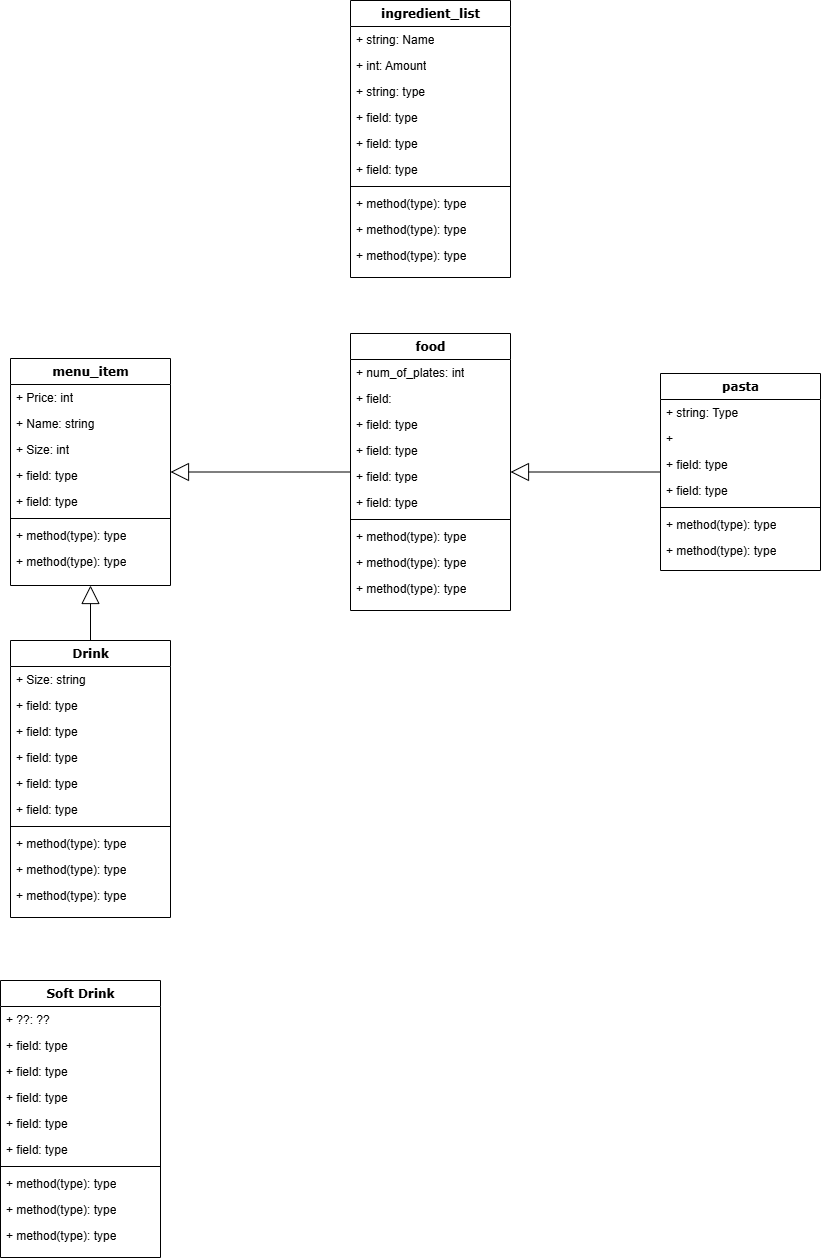
This is UML.png from SohamA12345/Project, a draw.io export, as it was before one commit. Source tidied: cells renumbered, new cells last; positions are measured from the earlier drawing's top-left corner, leaving out a move shared by most shapes.
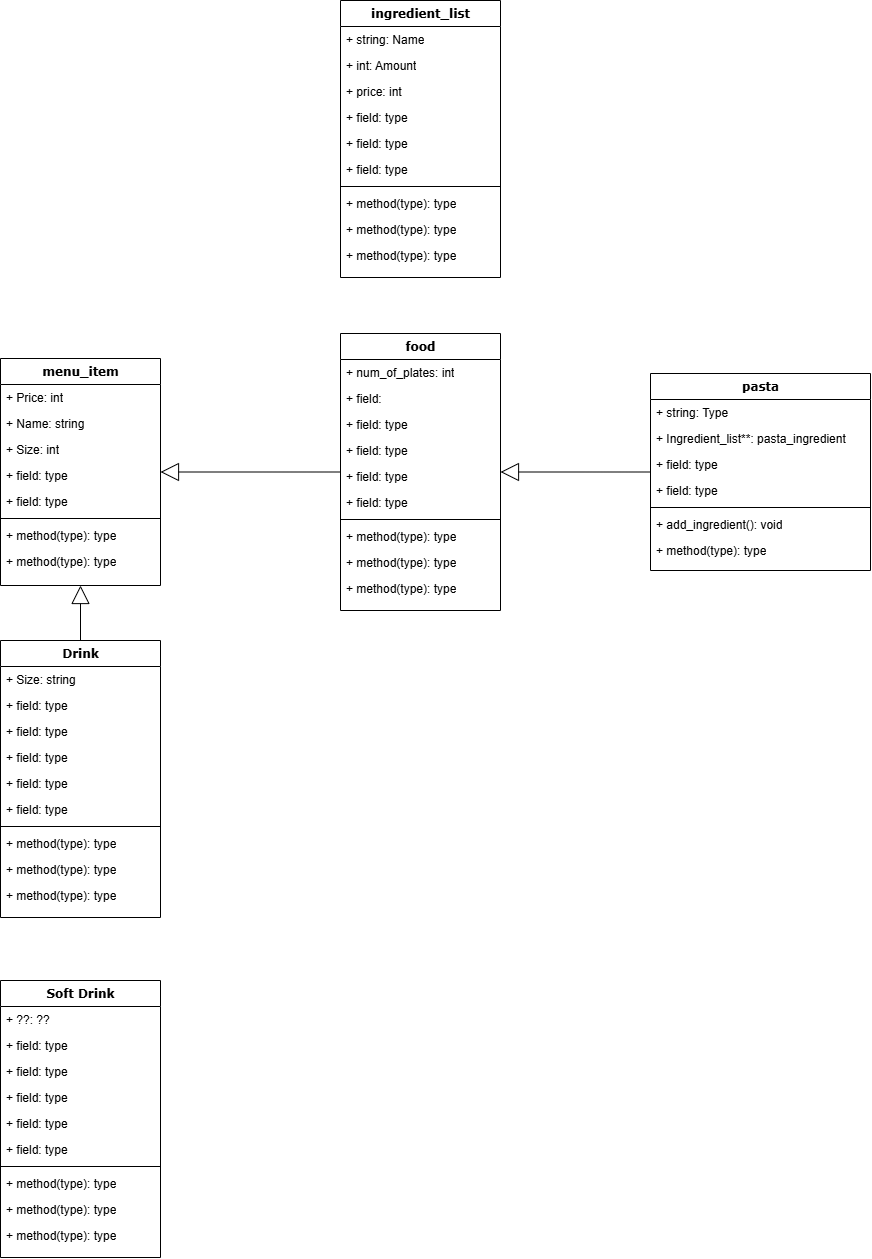
The same diagram one commit later.

The edit, as a diff of the source:
```diff
@@ -66,28 +66,28 @@
       <mxGeometry y="242" width="160" height="26" as="geometry" />
     </mxCell>
     <mxCell id="23" value="pasta" style="swimlane;html=1;fontStyle=1;align=center;verticalAlign=top;horizontal=1;startSize=26;swimlaneFillColor=#ffffff;rounded=0;shadow=0;comic=0;labelBackgroundColor=none;strokeWidth=1;fillColor=none;fontFamily=Verdana;fontSize=12;" parent="1" vertex="1">
-      <mxGeometry x="660" y="373" width="160" height="197" as="geometry" />
+      <mxGeometry x="660" y="373" width="220" height="197" as="geometry" />
     </mxCell>
     <mxCell id="24" value="+ string: Type&amp;nbsp;" style="text;html=1;strokeColor=none;fillColor=none;align=left;verticalAlign=top;spacingLeft=4;spacingRight=4;whiteSpace=wrap;overflow=hidden;" parent="23" vertex="1">
-      <mxGeometry y="26" width="160" height="26" as="geometry" />
+      <mxGeometry y="26" width="220" height="26" as="geometry" />
     </mxCell>
-    <mxCell id="25" value="+&amp;nbsp;" style="text;html=1;strokeColor=none;fillColor=none;align=left;verticalAlign=top;spacingLeft=4;spacingRight=4;whiteSpace=wrap;overflow=hidden;" parent="23" vertex="1">
-      <mxGeometry y="52" width="160" height="26" as="geometry" />
+    <mxCell id="25" value="+ Ingredient_list**: pasta_ingredient" style="text;html=1;strokeColor=none;fillColor=none;align=left;verticalAlign=top;spacingLeft=4;spacingRight=4;whiteSpace=wrap;overflow=hidden;" parent="23" vertex="1">
+      <mxGeometry y="52" width="220" height="26" as="geometry" />
     </mxCell>
     <mxCell id="26" value="+ field: type" style="text;html=1;strokeColor=none;fillColor=none;align=left;verticalAlign=top;spacingLeft=4;spacingRight=4;whiteSpace=wrap;overflow=hidden;" parent="23" vertex="1">
-      <mxGeometry y="78" width="160" height="26" as="geometry" />
+      <mxGeometry y="78" width="220" height="26" as="geometry" />
     </mxCell>
     <mxCell id="27" value="+ field: type" style="text;html=1;strokeColor=none;fillColor=none;align=left;verticalAlign=top;spacingLeft=4;spacingRight=4;whiteSpace=wrap;overflow=hidden;" parent="23" vertex="1">
-      <mxGeometry y="104" width="160" height="26" as="geometry" />
+      <mxGeometry y="104" width="220" height="26" as="geometry" />
     </mxCell>
     <mxCell id="28" style="line;html=1;strokeWidth=1;fillColor=none;align=left;verticalAlign=middle;spacingTop=-1;spacingLeft=3;spacingRight=3;labelPosition=right;" parent="23" vertex="1">
-      <mxGeometry y="130" width="160" height="8" as="geometry" />
+      <mxGeometry y="130" width="220" height="8" as="geometry" />
     </mxCell>
-    <mxCell id="29" value="+ method(type): type" style="text;html=1;strokeColor=none;fillColor=none;align=left;verticalAlign=top;spacingLeft=4;spacingRight=4;whiteSpace=wrap;overflow=hidden;" parent="23" vertex="1">
-      <mxGeometry y="138" width="160" height="26" as="geometry" />
+    <mxCell id="29" value="+ add_ingredient(): void" style="text;html=1;strokeColor=none;fillColor=none;align=left;verticalAlign=top;spacingLeft=4;spacingRight=4;whiteSpace=wrap;overflow=hidden;" parent="23" vertex="1">
+      <mxGeometry y="138" width="220" height="26" as="geometry" />
     </mxCell>
     <mxCell id="30" value="+ method(type): type" style="text;html=1;strokeColor=none;fillColor=none;align=left;verticalAlign=top;spacingLeft=4;spacingRight=4;whiteSpace=wrap;overflow=hidden;" parent="23" vertex="1">
-      <mxGeometry y="164" width="160" height="26" as="geometry" />
+      <mxGeometry y="164" width="220" height="26" as="geometry" />
     </mxCell>
     <mxCell id="31" style="edgeStyle=orthogonalEdgeStyle;html=1;labelBackgroundColor=none;startFill=0;startSize=8;endArrow=block;endFill=0;endSize=16;fontFamily=Verdana;fontSize=12;elbow=vertical;rounded=1;strokeColor=default;align=center;verticalAlign=middle;fontColor=default;" parent="1" edge="1" source="12" target="2">
       <mxGeometry relative="1" as="geometry" />
@@ -129,7 +129,7 @@
       <mxGeometry y="242" width="160" height="26" as="geometry" />
     </mxCell>
     <mxCell id="44" value="Soft Drink" style="swimlane;html=1;fontStyle=1;align=center;verticalAlign=top;horizontal=1;startSize=26;swimlaneFillColor=#ffffff;rounded=0;shadow=0;comic=0;labelBackgroundColor=none;strokeWidth=1;fillColor=none;fontFamily=Verdana;fontSize=12;" parent="1" vertex="1">
-      <mxGeometry y="980" width="160" height="277" as="geometry" />
+      <mxGeometry x="10" y="980" width="160" height="277" as="geometry" />
     </mxCell>
     <mxCell id="45" value="+ ??: ??" style="text;html=1;strokeColor=none;fillColor=none;align=left;verticalAlign=top;spacingLeft=4;spacingRight=4;whiteSpace=wrap;overflow=hidden;" parent="44" vertex="1">
       <mxGeometry y="26" width="160" height="26" as="geometry" />
@@ -170,7 +170,7 @@
     <mxCell id="57" value="+ int: Amount" style="text;html=1;strokeColor=none;fillColor=none;align=left;verticalAlign=top;spacingLeft=4;spacingRight=4;whiteSpace=wrap;overflow=hidden;" parent="55" vertex="1">
       <mxGeometry y="52" width="160" height="26" as="geometry" />
     </mxCell>
-    <mxCell id="58" value="+ string: type" style="text;html=1;strokeColor=none;fillColor=none;align=left;verticalAlign=top;spacingLeft=4;spacingRight=4;whiteSpace=wrap;overflow=hidden;" parent="55" vertex="1">
+    <mxCell id="58" value="+ price: int" style="text;html=1;strokeColor=none;fillColor=none;align=left;verticalAlign=top;spacingLeft=4;spacingRight=4;whiteSpace=wrap;overflow=hidden;" parent="55" vertex="1">
       <mxGeometry y="78" width="160" height="26" as="geometry" />
     </mxCell>
     <mxCell id="59" value="+ field: type" style="text;html=1;strokeColor=none;fillColor=none;align=left;verticalAlign=top;spacingLeft=4;spacingRight=4;whiteSpace=wrap;overflow=hidden;" parent="55" vertex="1">
```
